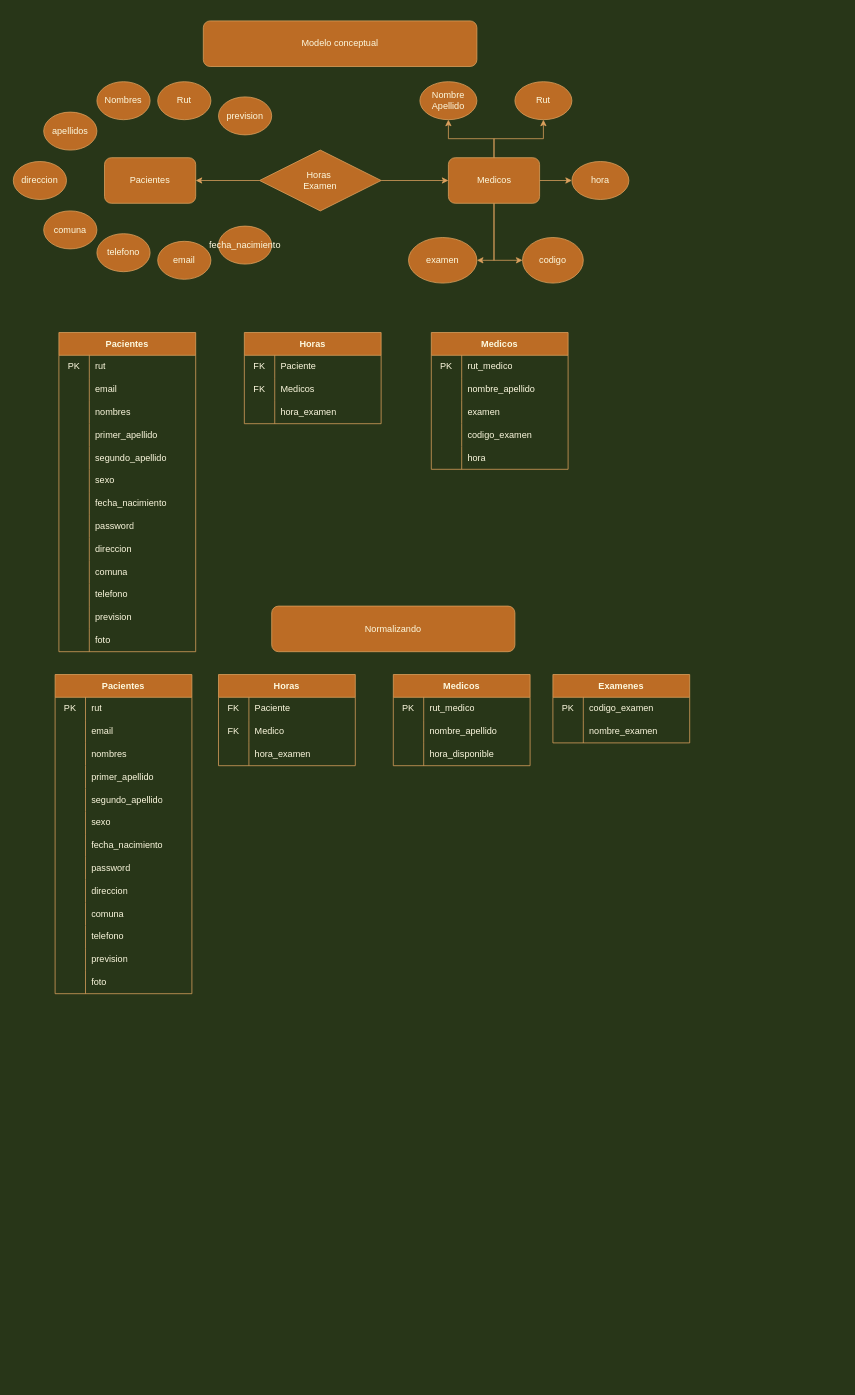
Earlier version of the draw.io diagram Untitled Diagram.drawio (LinkCL001/Proyecto_Full_Stack_JavaScript). Source tidied: cells renumbered, new cells numbered last; positions are measured from the earlier drawing's top-left corner, leaving out a move shared by most shapes. Both pictures are drawn from the tidied source at 76%, with x=0, y=0 at pixel (13, 21).
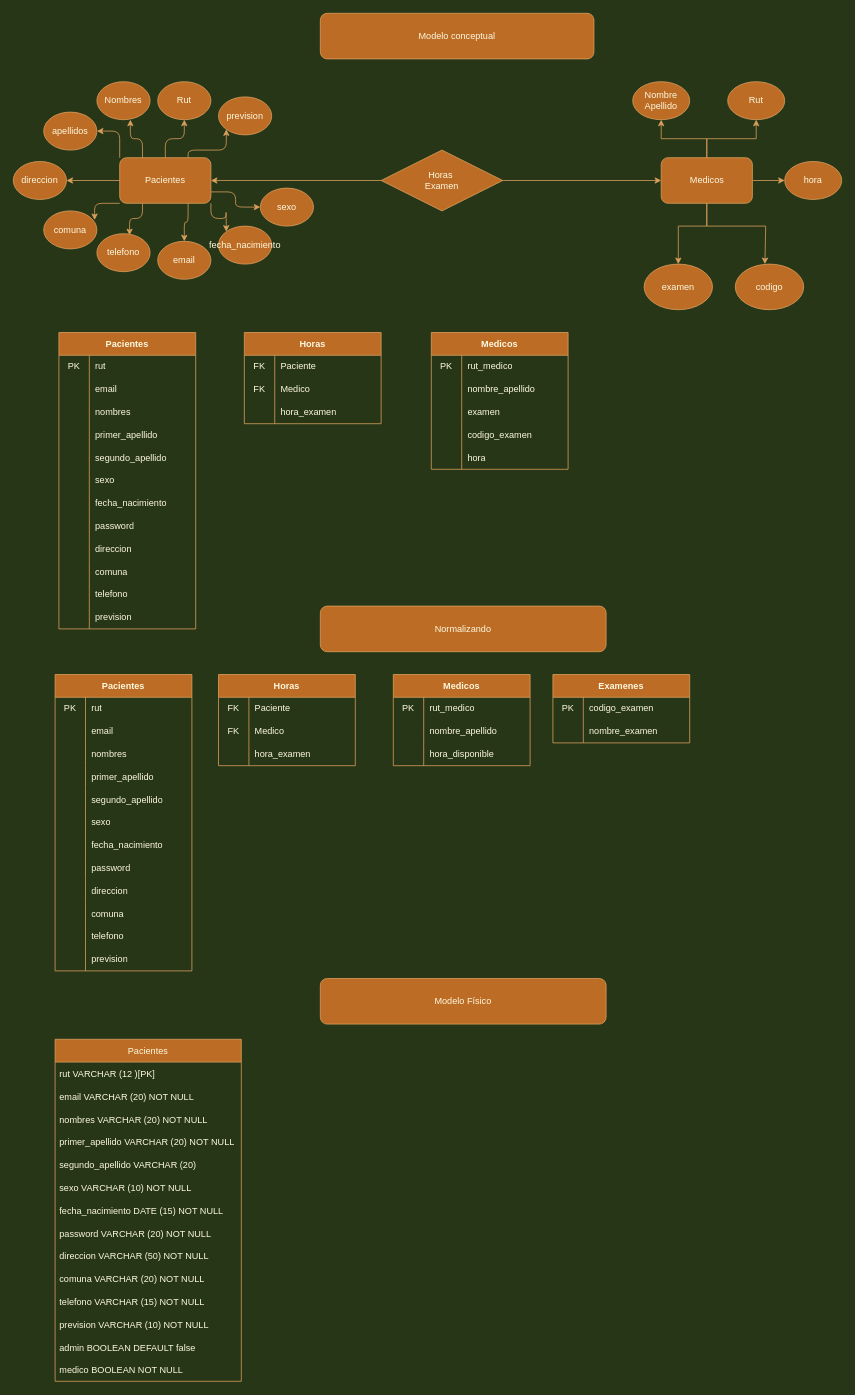
The same page after the edit.

The change refers to these unchanged cells:
```xml
<mxCell id="13" value="Nombres" style="ellipse;whiteSpace=wrap;html=1;rounded=0;sketch=0;fontColor=#FEFAE0;strokeColor=#DDA15E;fillColor=#BC6C25;" parent="1" vertex="1">
  <mxGeometry x="110" y="80" width="70" height="50" as="geometry" />
</mxCell>
<mxCell id="14" value="apellidos" style="ellipse;whiteSpace=wrap;html=1;rounded=0;sketch=0;fontColor=#FEFAE0;strokeColor=#DDA15E;fillColor=#BC6C25;" parent="1" vertex="1">
  <mxGeometry x="40" y="120" width="70" height="50" as="geometry" />
</mxCell>
<mxCell id="15" value="comuna" style="ellipse;whiteSpace=wrap;html=1;rounded=0;sketch=0;fontColor=#FEFAE0;strokeColor=#DDA15E;fillColor=#BC6C25;" parent="1" vertex="1">
  <mxGeometry x="40" y="250" width="70" height="50" as="geometry" />
</mxCell>
<mxCell id="16" value="direccion" style="ellipse;whiteSpace=wrap;html=1;rounded=0;sketch=0;fontColor=#FEFAE0;strokeColor=#DDA15E;fillColor=#BC6C25;" parent="1" vertex="1">
  <mxGeometry y="185" width="70" height="50" as="geometry" />
</mxCell>
<mxCell id="17" value="telefono" style="ellipse;whiteSpace=wrap;html=1;rounded=0;sketch=0;fontColor=#FEFAE0;strokeColor=#DDA15E;fillColor=#BC6C25;" parent="1" vertex="1">
  <mxGeometry x="110" y="280" width="70" height="50" as="geometry" />
</mxCell>
<mxCell id="18" value="Rut" style="ellipse;whiteSpace=wrap;html=1;rounded=0;sketch=0;fontColor=#FEFAE0;strokeColor=#DDA15E;fillColor=#BC6C25;" parent="1" vertex="1">
  <mxGeometry x="190" y="80" width="70" height="50" as="geometry" />
</mxCell>
<mxCell id="19" value="fecha_nacimiento" style="ellipse;whiteSpace=wrap;html=1;rounded=0;sketch=0;fontColor=#FEFAE0;strokeColor=#DDA15E;fillColor=#BC6C25;" parent="1" vertex="1">
  <mxGeometry x="270" y="270" width="70" height="50" as="geometry" />
</mxCell>
<mxCell id="20" value="email" style="ellipse;whiteSpace=wrap;html=1;rounded=0;sketch=0;fontColor=#FEFAE0;strokeColor=#DDA15E;fillColor=#BC6C25;" parent="1" vertex="1">
  <mxGeometry x="190" y="290" width="70" height="50" as="geometry" />
</mxCell>
<mxCell id="21" value="prevision" style="ellipse;whiteSpace=wrap;html=1;rounded=0;sketch=0;fontColor=#FEFAE0;strokeColor=#DDA15E;fillColor=#BC6C25;" parent="1" vertex="1">
  <mxGeometry x="270" y="100" width="70" height="50" as="geometry" />
</mxCell>
<mxCell id="71" style="shape=tableRow;horizontal=0;startSize=0;swimlaneHead=0;swimlaneBody=0;top=0;left=0;bottom=0;right=0;fillColor=none;strokeColor=#DDA15E;fontColor=#FEFAE0;" parent="67" vertex="1">
  <mxGeometry y="60" width="180" height="30" as="geometry" />
</mxCell>
```

Change to the diagram source:
```diff
@@
     <mxCell id="2" value="Modelo conceptual" style="rounded=1;whiteSpace=wrap;html=1;sketch=0;fontColor=#FEFAE0;strokeColor=#DDA15E;fillColor=#BC6C25;" parent="1" vertex="1">
-      <mxGeometry x="250" width="360" height="60" as="geometry" />
+      <mxGeometry x="404" y="-10" width="360" height="60" as="geometry" />
     </mxCell>
+    <mxCell id="161" style="edgeStyle=orthogonalEdgeStyle;curved=0;rounded=1;sketch=0;jettySize=auto;html=1;exitX=1;exitY=0.75;exitDx=0;exitDy=0;entryX=0;entryY=0.5;entryDx=0;entryDy=0;fontColor=#FEFAE0;strokeColor=#DDA15E;fillColor=#BC6C25;" parent="1" edge="1" source="3" target="187">
+      <mxGeometry relative="1" as="geometry" />
+    </mxCell>
+    <mxCell id="162" style="edgeStyle=orthogonalEdgeStyle;curved=0;rounded=1;sketch=0;jettySize=auto;html=1;exitX=1;exitY=1;exitDx=0;exitDy=0;entryX=0;entryY=0;entryDx=0;entryDy=0;fontColor=#FEFAE0;strokeColor=#DDA15E;fillColor=#BC6C25;" parent="1" edge="1" source="3" target="19">
+      <mxGeometry relative="1" as="geometry" />
+    </mxCell>
+    <mxCell id="163" style="edgeStyle=orthogonalEdgeStyle;curved=0;rounded=1;sketch=0;jettySize=auto;html=1;exitX=0.75;exitY=1;exitDx=0;exitDy=0;entryX=0.5;entryY=0;entryDx=0;entryDy=0;fontColor=#FEFAE0;strokeColor=#DDA15E;fillColor=#BC6C25;" parent="1" edge="1" source="3" target="20">
+      <mxGeometry relative="1" as="geometry" />
+    </mxCell>
+    <mxCell id="164" style="edgeStyle=orthogonalEdgeStyle;curved=0;rounded=1;sketch=0;jettySize=auto;html=1;exitX=0.25;exitY=1;exitDx=0;exitDy=0;entryX=0.614;entryY=0.04;entryDx=0;entryDy=0;entryPerimeter=0;fontColor=#FEFAE0;strokeColor=#DDA15E;fillColor=#BC6C25;" parent="1" edge="1" source="3" target="17">
+      <mxGeometry relative="1" as="geometry" />
+    </mxCell>
+    <mxCell id="165" style="edgeStyle=orthogonalEdgeStyle;curved=0;rounded=1;sketch=0;jettySize=auto;html=1;exitX=0;exitY=1;exitDx=0;exitDy=0;entryX=0.957;entryY=0.24;entryDx=0;entryDy=0;entryPerimeter=0;fontColor=#FEFAE0;strokeColor=#DDA15E;fillColor=#BC6C25;" parent="1" edge="1" source="3" target="15">
+      <mxGeometry relative="1" as="geometry" />
+    </mxCell>
+    <mxCell id="166" style="edgeStyle=orthogonalEdgeStyle;curved=0;rounded=1;sketch=0;jettySize=auto;html=1;exitX=0;exitY=0.5;exitDx=0;exitDy=0;entryX=1;entryY=0.5;entryDx=0;entryDy=0;fontColor=#FEFAE0;strokeColor=#DDA15E;fillColor=#BC6C25;" parent="1" edge="1" source="3" target="16">
+      <mxGeometry relative="1" as="geometry" />
+    </mxCell>
+    <mxCell id="167" style="edgeStyle=orthogonalEdgeStyle;curved=0;rounded=1;sketch=0;jettySize=auto;html=1;exitX=0;exitY=0;exitDx=0;exitDy=0;entryX=1;entryY=0.5;entryDx=0;entryDy=0;fontColor=#FEFAE0;strokeColor=#DDA15E;fillColor=#BC6C25;" parent="1" edge="1" source="3" target="14">
+      <mxGeometry relative="1" as="geometry" />
+    </mxCell>
+    <mxCell id="168" style="edgeStyle=orthogonalEdgeStyle;curved=0;rounded=1;sketch=0;jettySize=auto;html=1;exitX=0.25;exitY=0;exitDx=0;exitDy=0;entryX=0.629;entryY=1;entryDx=0;entryDy=0;entryPerimeter=0;fontColor=#FEFAE0;strokeColor=#DDA15E;fillColor=#BC6C25;" parent="1" edge="1" source="3" target="13">
+      <mxGeometry relative="1" as="geometry" />
+    </mxCell>
+    <mxCell id="169" style="edgeStyle=orthogonalEdgeStyle;curved=0;rounded=1;sketch=0;jettySize=auto;html=1;exitX=0.5;exitY=0;exitDx=0;exitDy=0;entryX=0.5;entryY=1;entryDx=0;entryDy=0;fontColor=#FEFAE0;strokeColor=#DDA15E;fillColor=#BC6C25;" parent="1" edge="1" source="3" target="18">
+      <mxGeometry relative="1" as="geometry" />
+    </mxCell>
+    <mxCell id="170" style="edgeStyle=orthogonalEdgeStyle;curved=0;rounded=1;sketch=0;jettySize=auto;html=1;exitX=0.75;exitY=0;exitDx=0;exitDy=0;fontColor=#FEFAE0;strokeColor=#DDA15E;fillColor=#BC6C25;entryX=0;entryY=1;entryDx=0;entryDy=0;" parent="1" edge="1" source="3" target="21">
+      <mxGeometry relative="1" as="geometry">
+        <Array as="points">
+          <mxPoint x="230" y="170" />
+          <mxPoint x="280" y="170" />
+        </Array>
+      </mxGeometry>
+    </mxCell>
     <mxCell id="3" value="Pacientes" style="rounded=1;whiteSpace=wrap;html=1;sketch=0;fontColor=#FEFAE0;strokeColor=#DDA15E;fillColor=#BC6C25;" parent="1" vertex="1">
-      <mxGeometry x="120" y="180" width="120" height="60" as="geometry" />
+      <mxGeometry x="140" y="180" width="120" height="60" as="geometry" />
     </mxCell>
@@
-    <mxCell id="5" style="edgeStyle=orthogonalEdgeStyle;rounded=0;jettySize=auto;html=1;strokeColor=#DDA15E;entryX=0;entryY=0.5;entryDx=0;entryDy=0;labelBackgroundColor=#283618;fontColor=#FEFAE0;" parent="1" edge="1" source="9" target="24">
-      <mxGeometry relative="1" as="geometry" />
+    <mxCell id="5" style="edgeStyle=orthogonalEdgeStyle;rounded=0;jettySize=auto;html=1;strokeColor=#DDA15E;labelBackgroundColor=#283618;fontColor=#FEFAE0;entryX=0.433;entryY=0;entryDx=0;entryDy=0;entryPerimeter=0;" parent="1" edge="1" source="9" target="24">
+      <mxGeometry relative="1" as="geometry">
+        <Array as="points">
+          <mxPoint x="913" y="270" />
+          <mxPoint x="990" y="270" />
+        </Array>
+      </mxGeometry>
     </mxCell>
-    <mxCell id="6" style="edgeStyle=orthogonalEdgeStyle;rounded=0;jettySize=auto;html=1;exitX=0.5;exitY=1;exitDx=0;exitDy=0;strokeColor=#DDA15E;entryX=1;entryY=0.5;entryDx=0;entryDy=0;labelBackgroundColor=#283618;fontColor=#FEFAE0;" parent="1" edge="1" source="9" target="23">
-      <mxGeometry relative="1" as="geometry" />
+    <mxCell id="6" style="edgeStyle=orthogonalEdgeStyle;rounded=0;jettySize=auto;html=1;exitX=0.5;exitY=1;exitDx=0;exitDy=0;strokeColor=#DDA15E;labelBackgroundColor=#283618;fontColor=#FEFAE0;entryX=0.5;entryY=0;entryDx=0;entryDy=0;" parent="1" edge="1" source="9" target="23">
+      <mxGeometry relative="1" as="geometry">
+        <Array as="points">
+          <mxPoint x="913" y="270" />
+          <mxPoint x="875" y="270" />
+        </Array>
+      </mxGeometry>
     </mxCell>
@@
     <mxCell id="9" value="Medicos" style="rounded=1;whiteSpace=wrap;html=1;sketch=0;fontColor=#FEFAE0;strokeColor=#DDA15E;fillColor=#BC6C25;" parent="1" vertex="1">
-      <mxGeometry x="572.5" y="180" width="120" height="60" as="geometry" />
+      <mxGeometry x="852.5" y="180" width="120" height="60" as="geometry" />
     </mxCell>
@@
     <mxCell id="12" value="Horas&amp;nbsp;&lt;br&gt;Examen" style="rhombus;whiteSpace=wrap;html=1;rounded=0;sketch=0;fontColor=#FEFAE0;strokeColor=#DDA15E;fillColor=#BC6C25;" parent="1" vertex="1">
-      <mxGeometry x="324" y="170" width="160" height="80" as="geometry" />
+      <mxGeometry x="484" y="170" width="160" height="80" as="geometry" />
     </mxCell>
@@
     <mxCell id="22" value="Nombre Apellido" style="ellipse;whiteSpace=wrap;html=1;rounded=0;sketch=0;fontColor=#FEFAE0;strokeColor=#DDA15E;fillColor=#BC6C25;" parent="1" vertex="1">
-      <mxGeometry x="535" y="80" width="75" height="50" as="geometry" />
+      <mxGeometry x="815" y="80" width="75" height="50" as="geometry" />
     </mxCell>
     <mxCell id="23" value="examen" style="ellipse;whiteSpace=wrap;html=1;rounded=0;sketch=0;fontColor=#FEFAE0;strokeColor=#DDA15E;fillColor=#BC6C25;" parent="1" vertex="1">
-      <mxGeometry x="520" y="285" width="90" height="60" as="geometry" />
+      <mxGeometry x="830" y="320" width="90" height="60" as="geometry" />
     </mxCell>
     <mxCell id="24" value="codigo" style="ellipse;whiteSpace=wrap;html=1;rounded=0;sketch=0;fontColor=#FEFAE0;strokeColor=#DDA15E;fillColor=#BC6C25;" parent="1" vertex="1">
-      <mxGeometry x="670" y="285" width="80" height="60" as="geometry" />
+      <mxGeometry x="950" y="320" width="90" height="60" as="geometry" />
     </mxCell>
     <mxCell id="25" value="Rut" style="ellipse;whiteSpace=wrap;html=1;rounded=0;sketch=0;fontColor=#FEFAE0;strokeColor=#DDA15E;fillColor=#BC6C25;" parent="1" vertex="1">
-      <mxGeometry x="660" y="80" width="75" height="50" as="geometry" />
+      <mxGeometry x="940" y="80" width="75" height="50" as="geometry" />
     </mxCell>
     <mxCell id="26" value="hora" style="ellipse;whiteSpace=wrap;html=1;rounded=0;sketch=0;fontColor=#FEFAE0;strokeColor=#DDA15E;fillColor=#BC6C25;" parent="1" vertex="1">
-      <mxGeometry x="735" y="185" width="75" height="50" as="geometry" />
+      <mxGeometry x="1015" y="185" width="75" height="50" as="geometry" />
     </mxCell>
     <mxCell id="27" value="Pacientes" style="shape=table;startSize=30;childLayout=tableLayout;rowLines=0;fontStyle=1;fillColor=#BC6C25;strokeColor=#DDA15E;fontColor=#FEFAE0;" parent="1" vertex="1">
-      <mxGeometry x="60" y="410" width="180" height="420" as="geometry" />
+      <mxGeometry x="60" y="410" width="180" height="390" as="geometry" />
     </mxCell>
@@
-    <mxCell id="64" style="shape=tableRow;horizontal=0;startSize=0;swimlaneHead=0;swimlaneBody=0;top=0;left=0;bottom=0;right=0;fillColor=none;strokeColor=#DDA15E;fontColor=#FEFAE0;" parent="27" vertex="1">
-      <mxGeometry y="390" width="180" height="30" as="geometry" />
-    </mxCell>
-    <mxCell id="65" style="shape=partialRectangle;html=1;whiteSpace=wrap;fillColor=none;top=0;left=0;bottom=0;right=0;overflow=hidden;strokeColor=#DDA15E;fontColor=#FEFAE0;" parent="64" vertex="1">
-      <mxGeometry width="40" height="30" as="geometry" />
-    </mxCell>
-    <mxCell id="66" value="foto" style="shape=partialRectangle;html=1;whiteSpace=wrap;fillColor=none;top=0;left=0;bottom=0;right=0;align=left;spacingLeft=6;overflow=hidden;strokeColor=#DDA15E;fontColor=#FEFAE0;" parent="64" vertex="1">
-      <mxGeometry x="40" width="140" height="30" as="geometry" />
-    </mxCell>
@@
-    <mxCell id="73" value="Medicos" style="shape=partialRectangle;html=1;whiteSpace=wrap;fillColor=none;top=0;left=0;bottom=0;right=0;align=left;spacingLeft=6;overflow=hidden;strokeColor=#DDA15E;fontColor=#FEFAE0;" parent="71" vertex="1">
+    <mxCell id="73" value="Medico" style="shape=partialRectangle;html=1;whiteSpace=wrap;fillColor=none;top=0;left=0;bottom=0;right=0;align=left;spacingLeft=6;overflow=hidden;strokeColor=#DDA15E;fontColor=#FEFAE0;" parent="71" vertex="1">
       <mxGeometry x="40" width="140" height="30" as="geometry" />
     </mxCell>
@@
     <mxCell id="93" value="Normalizando" style="rounded=1;whiteSpace=wrap;html=1;fillColor=#BC6C25;strokeColor=#DDA15E;fontColor=#FEFAE0;" parent="1" vertex="1">
-      <mxGeometry x="340" y="770" width="320" height="60" as="geometry" />
+      <mxGeometry x="404" y="770" width="376" height="60" as="geometry" />
     </mxCell>
@@
     <mxCell id="121" value="Pacientes" style="shape=table;startSize=30;childLayout=tableLayout;rowLines=0;fontStyle=1;fillColor=#BC6C25;strokeColor=#DDA15E;fontColor=#FEFAE0;" parent="1" vertex="1">
-      <mxGeometry x="55" y="860" width="180" height="420" as="geometry" />
+      <mxGeometry x="55" y="860" width="180" height="390" as="geometry" />
     </mxCell>
@@
-    <mxCell id="158" style="shape=tableRow;horizontal=0;startSize=0;swimlaneHead=0;swimlaneBody=0;top=0;left=0;bottom=0;right=0;fillColor=none;strokeColor=#DDA15E;fontColor=#FEFAE0;" parent="121" vertex="1">
-      <mxGeometry y="390" width="180" height="30" as="geometry" />
-    </mxCell>
-    <mxCell id="159" style="shape=partialRectangle;html=1;whiteSpace=wrap;fillColor=none;top=0;left=0;bottom=0;right=0;overflow=hidden;strokeColor=#DDA15E;fontColor=#FEFAE0;" parent="158" vertex="1">
-      <mxGeometry width="40" height="30" as="geometry" />
-    </mxCell>
-    <mxCell id="160" value="foto" style="shape=partialRectangle;html=1;whiteSpace=wrap;fillColor=none;top=0;left=0;bottom=0;right=0;align=left;spacingLeft=6;overflow=hidden;strokeColor=#DDA15E;fontColor=#FEFAE0;" parent="158" vertex="1">
-      <mxGeometry x="40" width="140" height="30" as="geometry" />
-    </mxCell>
+    <mxCell id="171" value="Modelo Físico" style="rounded=1;whiteSpace=wrap;html=1;fillColor=#BC6C25;strokeColor=#DDA15E;fontColor=#FEFAE0;" parent="1" vertex="1">
+      <mxGeometry x="404" y="1260" width="376" height="60" as="geometry" />
+    </mxCell>
+    <mxCell id="172" value="Pacientes" style="swimlane;fontStyle=0;horizontal=1;startSize=30;fillColor=#BC6C25;strokeColor=#DDA15E;fontColor=#FEFAE0;" parent="1" vertex="1">
+      <mxGeometry x="55" y="1340" width="245" height="450" as="geometry" />
+    </mxCell>
+    <mxCell id="173" value="rut VARCHAR (12 )[PK]" style="text;strokeColor=none;fillColor=none;align=left;verticalAlign=middle;spacingLeft=4;spacingRight=4;overflow=hidden;fontColor=#FEFAE0;" parent="172" vertex="1">
+      <mxGeometry y="30" width="245" height="30" as="geometry" />
+    </mxCell>
+    <mxCell id="174" value="email VARCHAR (20) NOT NULL" style="text;strokeColor=none;fillColor=none;align=left;verticalAlign=middle;spacingLeft=4;spacingRight=4;overflow=hidden;fontColor=#FEFAE0;" parent="172" vertex="1">
+      <mxGeometry y="60" width="245" height="30" as="geometry" />
+    </mxCell>
+    <mxCell id="175" value="nombres VARCHAR (20) NOT NULL" style="text;strokeColor=none;fillColor=none;align=left;verticalAlign=middle;spacingLeft=4;spacingRight=4;overflow=hidden;fontColor=#FEFAE0;" parent="172" vertex="1">
+      <mxGeometry y="90" width="245" height="30" as="geometry" />
+    </mxCell>
+    <mxCell id="176" value="primer_apellido VARCHAR (20) NOT NULL" style="text;strokeColor=none;fillColor=none;align=left;verticalAlign=middle;spacingLeft=4;spacingRight=4;overflow=hidden;fontColor=#FEFAE0;" parent="172" vertex="1">
+      <mxGeometry y="120" width="245" height="30" as="geometry" />
+    </mxCell>
+    <mxCell id="177" value="segundo_apellido VARCHAR (20)" style="text;strokeColor=none;fillColor=none;align=left;verticalAlign=middle;spacingLeft=4;spacingRight=4;overflow=hidden;fontColor=#FEFAE0;" parent="172" vertex="1">
+      <mxGeometry y="150" width="245" height="30" as="geometry" />
+    </mxCell>
+    <mxCell id="178" value="sexo VARCHAR (10) NOT NULL" style="text;strokeColor=none;fillColor=none;align=left;verticalAlign=middle;spacingLeft=4;spacingRight=4;overflow=hidden;fontColor=#FEFAE0;" parent="172" vertex="1">
+      <mxGeometry y="180" width="245" height="30" as="geometry" />
+    </mxCell>
+    <mxCell id="179" value="fecha_nacimiento DATE (15) NOT NULL" style="text;strokeColor=none;fillColor=none;align=left;verticalAlign=middle;spacingLeft=4;spacingRight=4;overflow=hidden;fontColor=#FEFAE0;" parent="172" vertex="1">
+      <mxGeometry y="210" width="245" height="30" as="geometry" />
+    </mxCell>
+    <mxCell id="180" value="password VARCHAR (20) NOT NULL" style="text;strokeColor=none;fillColor=none;align=left;verticalAlign=middle;spacingLeft=4;spacingRight=4;overflow=hidden;fontColor=#FEFAE0;" parent="172" vertex="1">
+      <mxGeometry y="240" width="245" height="30" as="geometry" />
+    </mxCell>
+    <mxCell id="181" value="direccion VARCHAR (50) NOT NULL" style="text;strokeColor=none;fillColor=none;align=left;verticalAlign=middle;spacingLeft=4;spacingRight=4;overflow=hidden;fontColor=#FEFAE0;" parent="172" vertex="1">
+      <mxGeometry y="270" width="245" height="30" as="geometry" />
+    </mxCell>
+    <mxCell id="182" value="comuna VARCHAR (20) NOT NULL" style="text;strokeColor=none;fillColor=none;align=left;verticalAlign=middle;spacingLeft=4;spacingRight=4;overflow=hidden;fontColor=#FEFAE0;" parent="172" vertex="1">
+      <mxGeometry y="300" width="245" height="30" as="geometry" />
+    </mxCell>
+    <mxCell id="183" value="telefono VARCHAR (15) NOT NULL" style="text;strokeColor=none;fillColor=none;align=left;verticalAlign=middle;spacingLeft=4;spacingRight=4;overflow=hidden;fontColor=#FEFAE0;" parent="172" vertex="1">
+      <mxGeometry y="330" width="245" height="30" as="geometry" />
+    </mxCell>
+    <mxCell id="184" value="prevision VARCHAR (10) NOT NULL" style="text;strokeColor=none;fillColor=none;align=left;verticalAlign=middle;spacingLeft=4;spacingRight=4;overflow=hidden;fontColor=#FEFAE0;" parent="172" vertex="1">
+      <mxGeometry y="360" width="245" height="30" as="geometry" />
+    </mxCell>
+    <mxCell id="185" value="admin BOOLEAN DEFAULT false" style="text;strokeColor=none;fillColor=none;align=left;verticalAlign=middle;spacingLeft=4;spacingRight=4;overflow=hidden;fontColor=#FEFAE0;" parent="172" vertex="1">
+      <mxGeometry y="390" width="245" height="30" as="geometry" />
+    </mxCell>
+    <mxCell id="186" value="medico BOOLEAN NOT NULL" style="text;strokeColor=none;fillColor=none;align=left;verticalAlign=middle;spacingLeft=4;spacingRight=4;overflow=hidden;fontColor=#FEFAE0;" parent="172" vertex="1">
+      <mxGeometry y="420" width="245" height="30" as="geometry" />
+    </mxCell>
+    <mxCell id="187" value="sexo" style="ellipse;whiteSpace=wrap;html=1;rounded=0;sketch=0;fontColor=#FEFAE0;strokeColor=#DDA15E;fillColor=#BC6C25;" parent="1" vertex="1">
+      <mxGeometry x="325" y="220" width="70" height="50" as="geometry" />
+    </mxCell>
```
